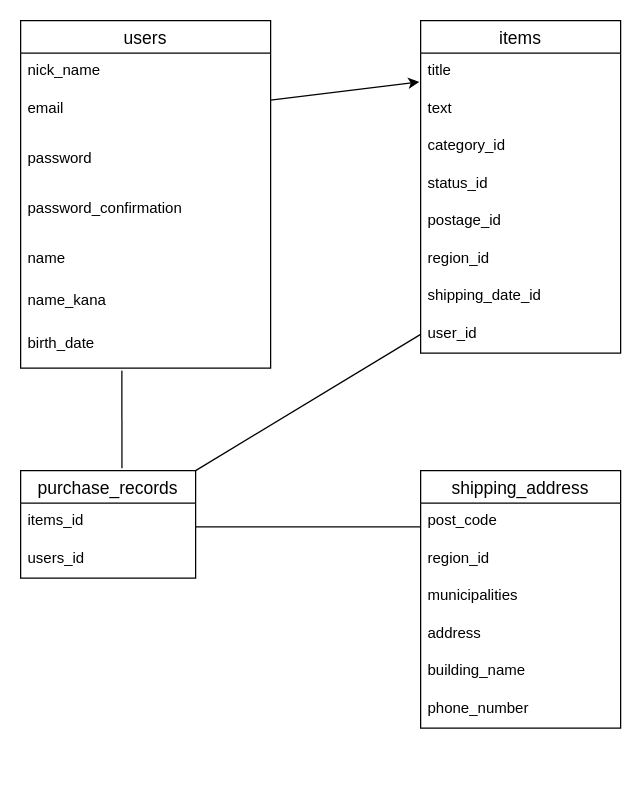
Above: furima.dio in hiroki0602/furima-37865 (draw.io), before the change. Source tidied: cells renumbered, new cells numbered last; positions are measured from the earlier drawing's top-left corner, leaving out a move shared by most shapes. Both pictures are drawn from the tidied source at 125%, with x=0, y=0 at pixel (20, 20).
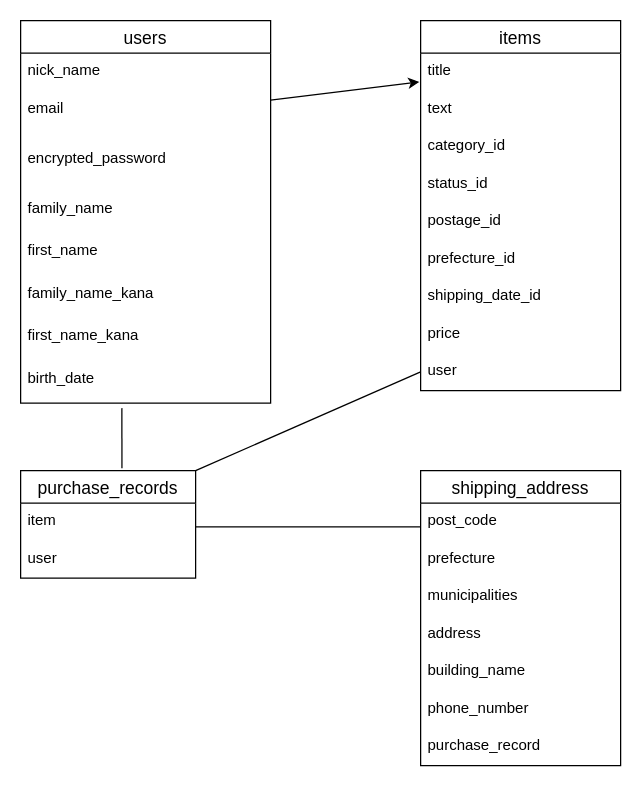
Above is the later version.

Commit message (it also covers changes not shown here):
READ.MEほかレビュー修正4回目

The change refers to these unchanged cells:
```xml
<mxCell id="19" value="purchase_records" style="swimlane;fontStyle=0;horizontal=1;startSize=26;align=center;fontSize=14;" parent="1" vertex="1">
  <mxGeometry y="360" width="140" height="86" as="geometry" />
</mxCell>
```

What changed in the source:
```diff
@@
     <mxCell id="2" value="users" style="swimlane;fontStyle=0;horizontal=1;startSize=26;align=center;fontSize=14;" parent="1" vertex="1">
-      <mxGeometry width="200" height="278" as="geometry" />
+      <mxGeometry width="200" height="306" as="geometry" />
     </mxCell>
@@
-    <mxCell id="5" value="password" style="text;strokeColor=none;fillColor=none;spacingLeft=4;spacingRight=4;overflow=hidden;fontSize=12;" parent="2" vertex="1">
+    <mxCell id="5" value=" encrypted_password" style="text;strokeColor=none;fillColor=none;spacingLeft=4;spacingRight=4;overflow=hidden;fontSize=12;" parent="2" vertex="1">
       <mxGeometry y="96" width="200" height="40" as="geometry" />
     </mxCell>
-    <mxCell id="6" value="password_confirmation" style="text;strokeColor=none;fillColor=none;spacingLeft=4;spacingRight=4;overflow=hidden;fontSize=12;" parent="2" vertex="1">
-      <mxGeometry y="136" width="200" height="40" as="geometry" />
-    </mxCell>
-    <mxCell id="7" value="name" style="text;strokeColor=none;fillColor=none;spacingLeft=4;spacingRight=4;overflow=hidden;fontSize=12;" parent="2" vertex="1">
-      <mxGeometry y="176" width="200" height="34" as="geometry" />
+    <mxCell id="7" value="family_name" style="text;strokeColor=none;fillColor=none;spacingLeft=4;spacingRight=4;overflow=hidden;fontSize=12;" parent="2" vertex="1">
+      <mxGeometry y="136" width="200" height="34" as="geometry" />
     </mxCell>
+    <mxCell id="33" value="first_name" style="text;strokeColor=none;fillColor=none;spacingLeft=4;spacingRight=4;overflow=hidden;fontSize=12;" parent="2" vertex="1">
+      <mxGeometry y="170" width="200" height="34" as="geometry" />
+    </mxCell>
-    <mxCell id="8" value="name_kana" style="text;strokeColor=none;fillColor=none;spacingLeft=4;spacingRight=4;overflow=hidden;fontSize=12;" parent="2" vertex="1">
-      <mxGeometry y="210" width="200" height="34" as="geometry" />
+    <mxCell id="8" value="family_name_kana" style="text;strokeColor=none;fillColor=none;spacingLeft=4;spacingRight=4;overflow=hidden;fontSize=12;" parent="2" vertex="1">
+      <mxGeometry y="204" width="200" height="34" as="geometry" />
     </mxCell>
+    <mxCell id="34" value="first_name_kana" style="text;strokeColor=none;fillColor=none;spacingLeft=4;spacingRight=4;overflow=hidden;fontSize=12;" parent="2" vertex="1">
+      <mxGeometry y="238" width="200" height="34" as="geometry" />
+    </mxCell>
     <mxCell id="9" value="birth_date" style="text;strokeColor=none;fillColor=none;spacingLeft=4;spacingRight=4;overflow=hidden;fontSize=12;" parent="2" vertex="1">
-      <mxGeometry y="244" width="200" height="34" as="geometry" />
+      <mxGeometry y="272" width="200" height="34" as="geometry" />
     </mxCell>
     <mxCell id="10" value="items" style="swimlane;fontStyle=0;horizontal=1;startSize=26;align=center;fontSize=14;" parent="1" vertex="1">
-      <mxGeometry x="320" width="160" height="266" as="geometry" />
+      <mxGeometry x="320" width="160" height="296" as="geometry" />
     </mxCell>
@@
-    <mxCell id="16" value="region_id" style="text;strokeColor=none;fillColor=none;spacingLeft=4;spacingRight=4;overflow=hidden;fontSize=12;" parent="10" vertex="1">
+    <mxCell id="16" value="prefecture_id" style="text;strokeColor=none;fillColor=none;spacingLeft=4;spacingRight=4;overflow=hidden;fontSize=12;" parent="10" vertex="1">
       <mxGeometry y="176" width="160" height="30" as="geometry" />
     </mxCell>
@@
+    <mxCell id="35" value="price" style="text;strokeColor=none;fillColor=none;spacingLeft=4;spacingRight=4;overflow=hidden;fontSize=12;" parent="10" vertex="1">
+      <mxGeometry y="236" width="160" height="30" as="geometry" />
+    </mxCell>
-    <mxCell id="18" value="user_id" style="text;strokeColor=none;fillColor=none;spacingLeft=4;spacingRight=4;overflow=hidden;points=[[0,0.5],[1,0.5]];portConstraint=eastwest;fontSize=12;" parent="10" vertex="1">
-      <mxGeometry y="236" width="160" height="30" as="geometry" />
+    <mxCell id="18" value="user" style="text;strokeColor=none;fillColor=none;spacingLeft=4;spacingRight=4;overflow=hidden;points=[[0,0.5],[1,0.5]];portConstraint=eastwest;fontSize=12;" parent="10" vertex="1">
+      <mxGeometry y="266" width="160" height="30" as="geometry" />
     </mxCell>
@@
-    <mxCell id="20" value="items_id" style="text;strokeColor=none;fillColor=none;spacingLeft=4;spacingRight=4;overflow=hidden;fontSize=12;" parent="19" vertex="1">
+    <mxCell id="20" value="item" style="text;strokeColor=none;fillColor=none;spacingLeft=4;spacingRight=4;overflow=hidden;fontSize=12;" parent="19" vertex="1">
       <mxGeometry y="26" width="140" height="30" as="geometry" />
     </mxCell>
-    <mxCell id="21" value="users_id&#10;" style="text;strokeColor=none;fillColor=none;spacingLeft=4;spacingRight=4;overflow=hidden;fontSize=12;" parent="19" vertex="1">
+    <mxCell id="21" value="user&#10;" style="text;strokeColor=none;fillColor=none;spacingLeft=4;spacingRight=4;overflow=hidden;fontSize=12;" parent="19" vertex="1">
       <mxGeometry y="56" width="140" height="30" as="geometry" />
     </mxCell>
     <mxCell id="22" value="shipping_address" style="swimlane;fontStyle=0;horizontal=1;startSize=26;align=center;fontSize=14;" parent="1" vertex="1">
-      <mxGeometry x="320" y="360" width="160" height="206" as="geometry" />
+      <mxGeometry x="320" y="360" width="160" height="236" as="geometry" />
     </mxCell>
@@
-    <mxCell id="24" value="region_id" style="text;strokeColor=none;fillColor=none;spacingLeft=4;spacingRight=4;overflow=hidden;fontSize=12;" parent="22" vertex="1">
+    <mxCell id="24" value="prefecture" style="text;strokeColor=none;fillColor=none;spacingLeft=4;spacingRight=4;overflow=hidden;fontSize=12;" parent="22" vertex="1">
       <mxGeometry y="56" width="160" height="30" as="geometry" />
     </mxCell>
@@
+    <mxCell id="36" value="purchase_record" style="text;strokeColor=none;fillColor=none;spacingLeft=4;spacingRight=4;overflow=hidden;fontSize=12;" parent="22" vertex="1">
+      <mxGeometry y="206" width="160" height="30" as="geometry" />
+    </mxCell>
@@
     <mxCell id="31" style="edgeStyle=none;html=1;entryX=0.579;entryY=-0.023;entryDx=0;entryDy=0;entryPerimeter=0;endArrow=none;endFill=0;" parent="1" edge="1" target="19">
       <mxGeometry relative="1" as="geometry">
-        <mxPoint x="81" y="280" as="sourcePoint" />
+        <mxPoint x="81" y="310" as="sourcePoint" />
       </mxGeometry>
     </mxCell>
```
